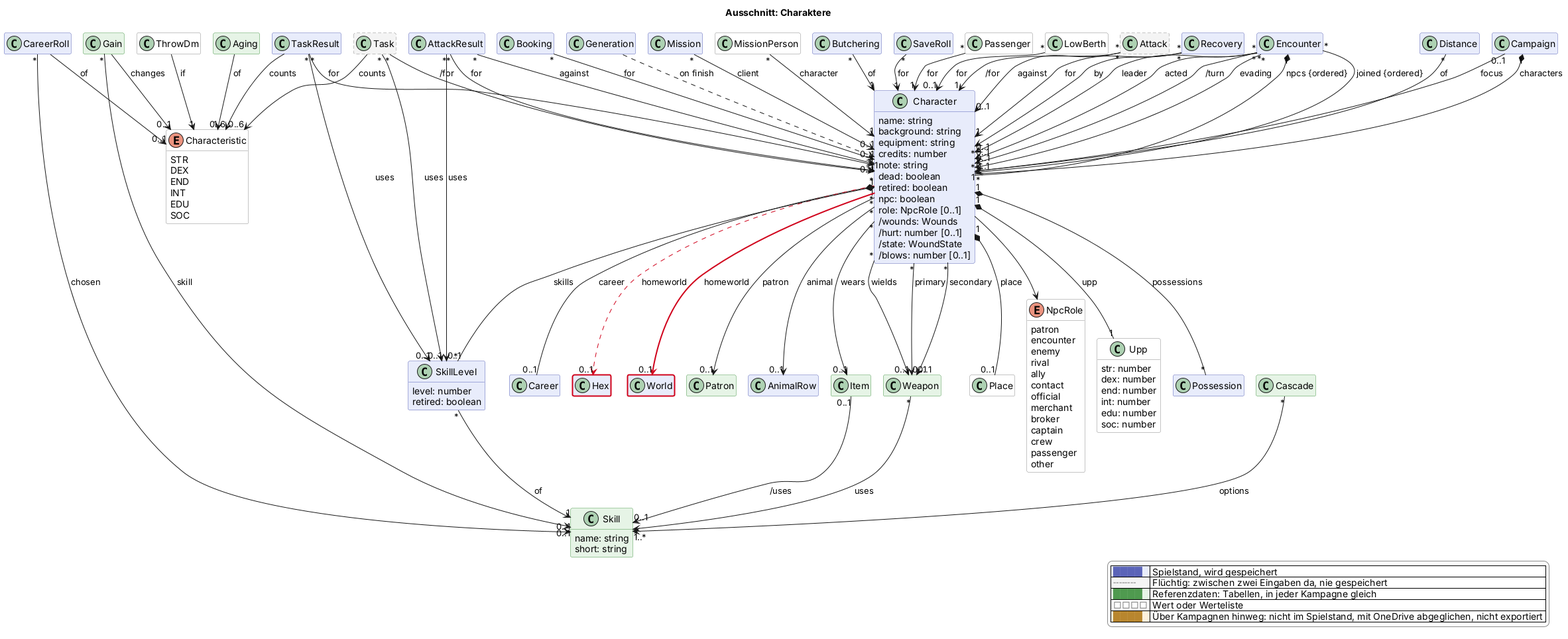
Before: docs/views/charakter.png, a diagram exported from PlantUML (scuzzar/SRE). The source it was exported from:
```plantuml
@startuml
!if %not(%variable_exists("$change"))
!$change = "*"
!endif
!function $marked($c)
!return $change == "*" || $change == $c
!endfunction
!function $new($c, $t)
!if $marked($c)
!return "<color:#d0021b><b>" + $t + "</b></color>"
!endif
!return $t
!endfunction
!procedure $gone($c, $t)
!if $marked($c)
<color:#d0021b><s>$t</s></color>
!endif
!endprocedure
!function $newClass($c)
!if $marked($c)
!return "#line:d0021b;line.bold"
!endif
!return ""
!endfunction
!function $newArrow($c)
!if $marked($c)
!return "[#d0021b,bold]"
!endif
!return ""
!endfunction
!function $goneArrow($c)
!if $marked($c)
!return "[#d0021b,dashed]"
!endif
!return ""
!endfunction
!pragma layout smetana
title Ausschnitt: Charaktere
hide empty members
hide methods
skinparam classAttributeIconSize 0
skinparam shadowing false
skinparam packageStyle rectangle
skinparam class {
  BackgroundColor #e8ecfb
  BorderColor #5b64b8
  BackgroundColor<<transient>> #f4f4f4
  BorderColor<<transient>> #8a8a8a
  BackgroundColor<<reference>> #e6f4e6
  BorderColor<<reference>> #4f9a4f
  BackgroundColor<<value>> #ffffff
  BorderColor<<value>> #8a8a8a
  BackgroundColor<<browser>> #fdf1dc
  BorderColor<<browser>> #b8862e
}
skinparam legendBackgroundColor #ffffff
skinparam legendBorderColor #8a8a8a
<style>
classDiagram {
  class {
    .transient {
      LineStyle 5-3
    }
  }
}
</style>
hide <<transient>> stereotype
hide <<reference>> stereotype
hide <<value>> stereotype
hide <<browser>> stereotype

  class Campaign $kampagne
  class Booking $shop
  class Character $charakter {
    name: string
    background: string
    equipment: string
    credits: number
    note: string
    dead: boolean
    retired: boolean
    npc: boolean
    role: NpcRole [0..1]
    /wounds: Wounds
    /hurt: number [0..1]
    /state: WoundState
    /blows: number [0..1]
  }
  enum NpcRole <<value>> $charakter {
    patron
    encounter
    enemy
    rival
    ally
    contact
    official
    merchant
    broker
    captain
    crew
    passenger
    other
  }
  class Upp <<value>> $charakter {
    str: number
    dex: number
    end: number
    int: number
    edu: number
    soc: number
  }
  class SkillLevel $charakter {
    level: number
    retired: boolean
  }
  class Possession $shop



  class Generation $erschaffung
  class Career $erschaffung
  class CareerRoll $erschaffung

  class Hex $sektor
  class World $sektor $newClass("2026-11-20b")

  class Mission $mission
  class MissionPerson <<value>> $mission

  class Butchering $begegnung
  class SaveRoll $begegnung

  class Passenger <<value>> $reise
  class LowBerth <<value>> $reise

  class Task <<transient>> $probe
  class TaskResult $probe
  class Attack <<transient>> $kampf
  class AttackResult $kampf
  class Recovery $kampf
  class Encounter $begegnung
  class Distance $begegnung
  class Patron <<reference>> $begegnung
  class AnimalRow $begegnung

  class Skill <<reference>> $charakter {
    name: string
    short: string
  }
  class ThrowDm <<value>> $erschaffung
  class Gain <<reference>> $erschaffung
  class Item <<reference>> $shop
  class Weapon <<reference>> $kampf
  class Cascade <<reference>> $erschaffung
  class Place <<value>> $oberflaeche
  class Aging <<reference>> $erschaffung
  enum Characteristic <<value>> $charakter {
    STR
    DEX
    END
    INT
    EDU
    SOC
  }

Campaign "1" *-- "*" Character : characters
Campaign "0..1" --> "0..1" Character : focus
Booking "*" --> "0..1" Character : for



Passenger "*" --> "1" Character : for
LowBerth "*" --> "0..1" Character : for

Generation ..> Character : on finish
Character "1" *-- "0..1" Career : career
Character "*" -$goneArrow("2026-11-20b")-> "0..1" Hex : homeworld
Character "*" -$newArrow("2026-11-20b")-> "0..1" World : homeworld
Character "1" *-- "0..1" Place : place
Character "*" --> "0..1" Patron : patron
Mission "*" --> "0..1" Character : client
MissionPerson "*" --> "1" Character : character
Character --> NpcRole
CareerRoll --> "0..1" Characteristic : of
CareerRoll "*" --> "0..1" Skill : chosen

ThrowDm --> "1" Characteristic : if
Gain "*" --> "0..1" Skill : skill
Gain --> "0..1" Characteristic : changes
Cascade "*" --> "1..*" Skill : options
Aging --> "1" Characteristic : of


Character "1" *-- "1" Upp : upp
Character "1" *-- "*" SkillLevel : skills
SkillLevel "*" --> "1" Skill : of
Character "1" *-- "*" Possession : possessions
Item "0..1" --> "0..1" Skill : /uses
Character "*" --> "0..1" Weapon : wields
Character "*" --> "0..1" Weapon : primary
Character "*" --> "0..1" Weapon : secondary

Weapon "*" --> "1" Skill : uses

Recovery "*" --> "1" Character : for
Recovery "*" --> "0..1" Character : by
Butchering "*" --> "1" Character : of
TaskResult "*" --> "1" Character : for
TaskResult "*" --> "0..1" SkillLevel : uses
TaskResult --> "0..6" Characteristic : counts

Task "*" --> "1" Character : /for
Task "*" --> "0..1" SkillLevel : uses
Task --> "0..6" Characteristic : counts

Attack "*" --> "1" Character : /for
Attack "*" --> "0..1" Character : against
AttackResult "*" --> "1" Character : for
AttackResult "*" --> "0..1" Character : against
AttackResult "*" --> "0..1" SkillLevel : uses

SaveRoll "*" --> "1" Character : for
Character "*" --> "0..1" AnimalRow : animal
Encounter "1" *-- "*" Character : npcs {ordered}
Encounter "*" --> "*" Character : joined {ordered}
Encounter "*" --> "0..1" Character : leader
Encounter "*" --> "*" Character : acted
Encounter "*" --> "0..1" Character : /turn
Distance "*" --> "1" Character : of
Encounter "*" --> "*" Character : evading
Character "*" --> "0..1" Item : wears



legend right
  |<#e8ecfb> <color:#5b64b8>████</color> | Spielstand, wird gespeichert |
  |<#f4f4f4> <color:#8a8a8a>╌╌╌╌</color> | Flüchtig: zwischen zwei Eingaben da, nie gespeichert |
  |<#e6f4e6> <color:#4f9a4f>████</color> | Referenzdaten: Tabellen, in jeder Kampagne gleich |
  |<#ffffff> <color:#8a8a8a>□□□□</color> | Wert oder Werteliste |
  |<#fdf1dc> <color:#b8862e>████</color> | Über Kampagnen hinweg: nicht im Spielstand, mit OneDrive abgeglichen, nicht exportiert |
endlegend
class Hex #line:d0021b;line.bold
@enduml
```
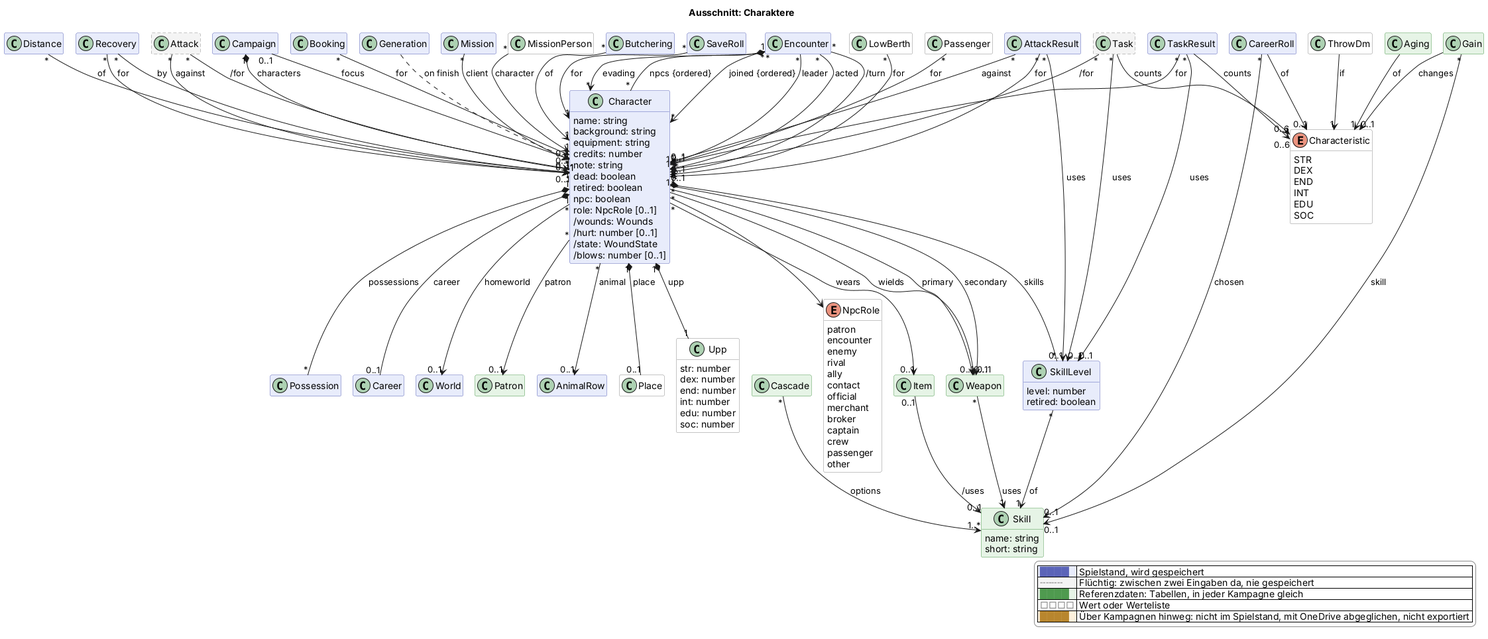
The same file after the commit.

Diff of the diagram source:
```diff
@@ -121,8 +121,7 @@
   class Career $erschaffung
   class CareerRoll $erschaffung
 
-  class Hex $sektor
-  class World $sektor $newClass("2026-11-20b")
+  class World $sektor
 
   class Mission $mission
   class MissionPerson <<value>> $mission
@@ -174,8 +173,7 @@
 
 Generation ..> Character : on finish
 Character "1" *-- "0..1" Career : career
-Character "*" -$goneArrow("2026-11-20b")-> "0..1" Hex : homeworld
-Character "*" -$newArrow("2026-11-20b")-> "0..1" World : homeworld
+Character "*" --> "0..1" World : homeworld
 Character "1" *-- "0..1" Place : place
 Character "*" --> "0..1" Patron : patron
 Mission "*" --> "0..1" Character : client
@@ -239,5 +237,4 @@
   |<#ffffff> <color:#8a8a8a>□□□□</color> | Wert oder Werteliste |
   |<#fdf1dc> <color:#b8862e>████</color> | Über Kampagnen hinweg: nicht im Spielstand, mit OneDrive abgeglichen, nicht exportiert |
 endlegend
-class Hex #line:d0021b;line.bold
 @enduml
```
